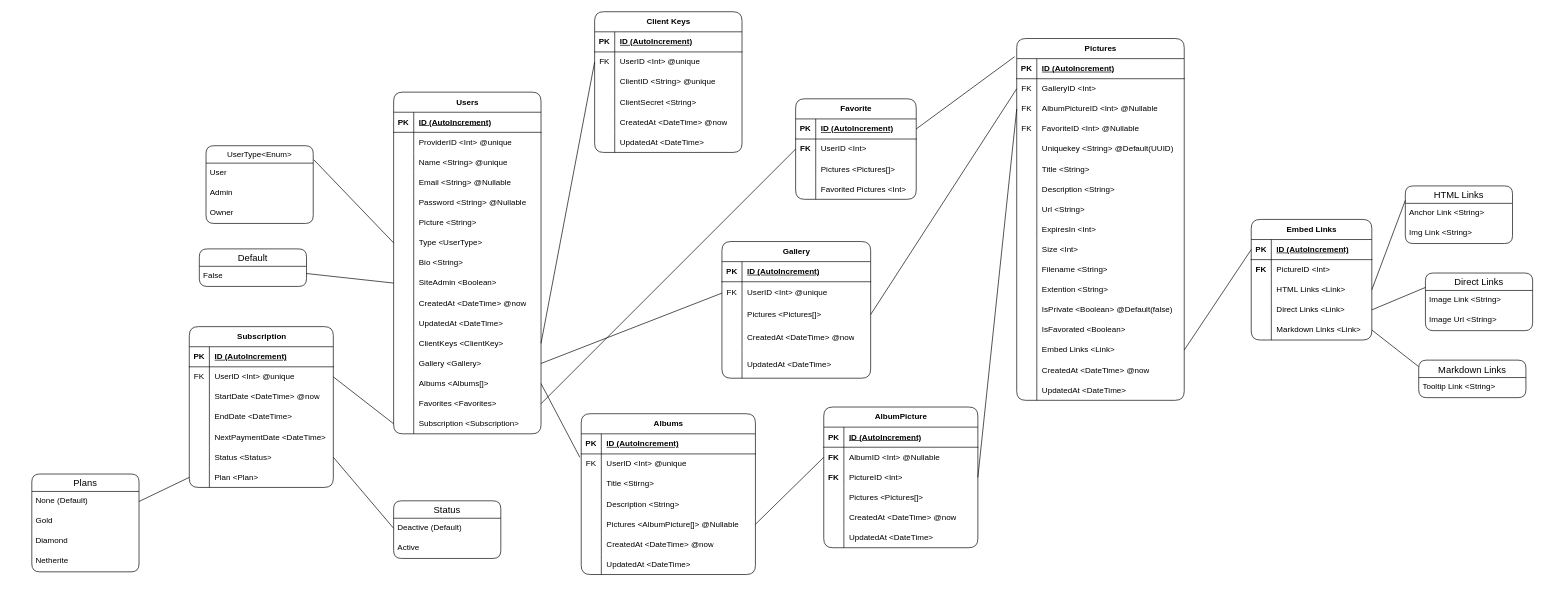
Before: project/models/Pixelarium.drawio in Novanaa/Pixelarium, a draw.io diagram. Source tidied: cells renumbered, new cells numbered last; positions are measured from the earlier drawing's top-left corner, leaving out a move shared by most shapes. Both pictures are drawn from the tidied source at 67%, with x=0, y=0 at pixel (31, 11).
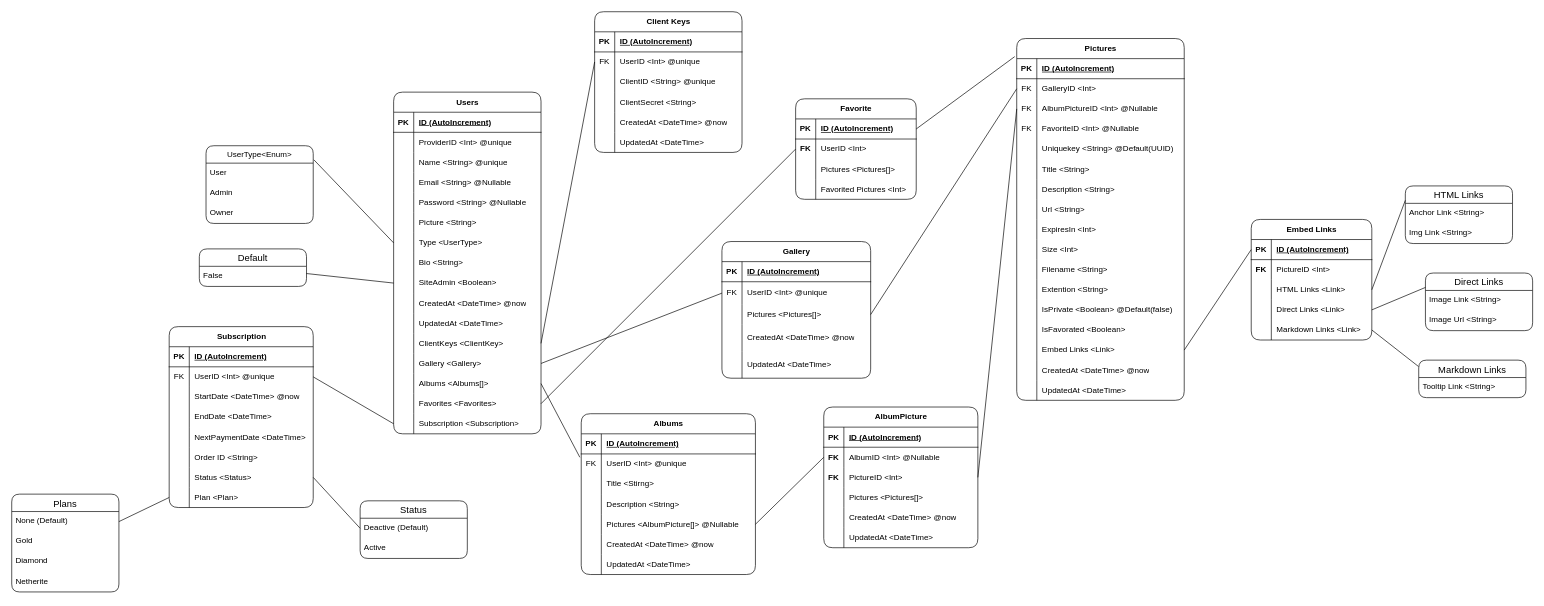
The same page after the edit.

Commit message (it also covers changes not shown here):
Added order_id as string field to subscription model

What changed in the source:
```diff
@@
     <mxCell id="172" value="Subscription" style="shape=table;startSize=30;childLayout=tableLayout;rowLines=0;fontStyle=1;align=center;html=1;rounded=1;" parent="1" vertex="1">
-      <mxGeometry x="235" y="470" width="215" height="240" as="geometry" />
+      <mxGeometry x="205" y="470" width="215" height="270" as="geometry" />
     </mxCell>
@@
+    <mxCell id="269" style="shape=tableRow;horizontal=0;startSize=0;swimlaneHead=0;swimlaneBody=0;fillColor=none;top=0;left=0;right=0;bottom=0;" parent="172" vertex="1">
+      <mxGeometry y="180" width="215" height="30" as="geometry" />
+    </mxCell>
+    <mxCell id="270" style="shape=partialRectangle;fillColor=none;top=0;left=0;bottom=0;right=0;overflow=hidden;whiteSpace=wrap;html=1;" parent="269" vertex="1">
+      <mxGeometry width="30" height="30" as="geometry" />
+    </mxCell>
+    <mxCell id="271" value="Order ID &amp;lt;String&amp;gt;" style="shape=partialRectangle;fillColor=none;top=0;left=0;bottom=0;right=0;align=left;spacingLeft=6;overflow=hidden;whiteSpace=wrap;html=1;" parent="269" vertex="1">
+      <mxGeometry x="30" width="185" height="30" as="geometry" />
+    </mxCell>
     <mxCell id="188" style="shape=tableRow;horizontal=0;startSize=0;swimlaneHead=0;swimlaneBody=0;fillColor=none;points=[[0,0.5],[1,0.5]];portConstraint=eastwest;top=0;left=0;right=0;bottom=0;" parent="172" vertex="1">
-      <mxGeometry y="180" width="215" height="30" as="geometry" />
+      <mxGeometry y="210" width="215" height="30" as="geometry" />
     </mxCell>
@@
     <mxCell id="191" style="shape=tableRow;horizontal=0;startSize=0;swimlaneHead=0;swimlaneBody=0;fillColor=none;points=[[0,0.5],[1,0.5]];portConstraint=eastwest;top=0;left=0;right=0;bottom=0;" parent="172" vertex="1">
-      <mxGeometry y="210" width="215" height="30" as="geometry" />
+      <mxGeometry y="240" width="215" height="30" as="geometry" />
     </mxCell>
@@
     <mxCell id="195" value="Status" style="swimlane;fontStyle=0;horizontal=1;startSize=26;align=center;fontSize=14;rounded=1;" parent="1" vertex="1">
-      <mxGeometry x="540" y="730" width="160" height="86" as="geometry" />
+      <mxGeometry x="490" y="730" width="160" height="86" as="geometry" />
     </mxCell>
@@
     <mxCell id="199" value="Plans" style="swimlane;fontStyle=0;horizontal=1;startSize=26;align=center;fontSize=14;rounded=1;" parent="1" vertex="1">
-      <mxGeometry y="690" width="160" height="146" as="geometry" />
+      <mxGeometry x="-30" y="720" width="160" height="146" as="geometry" />
     </mxCell>
```
